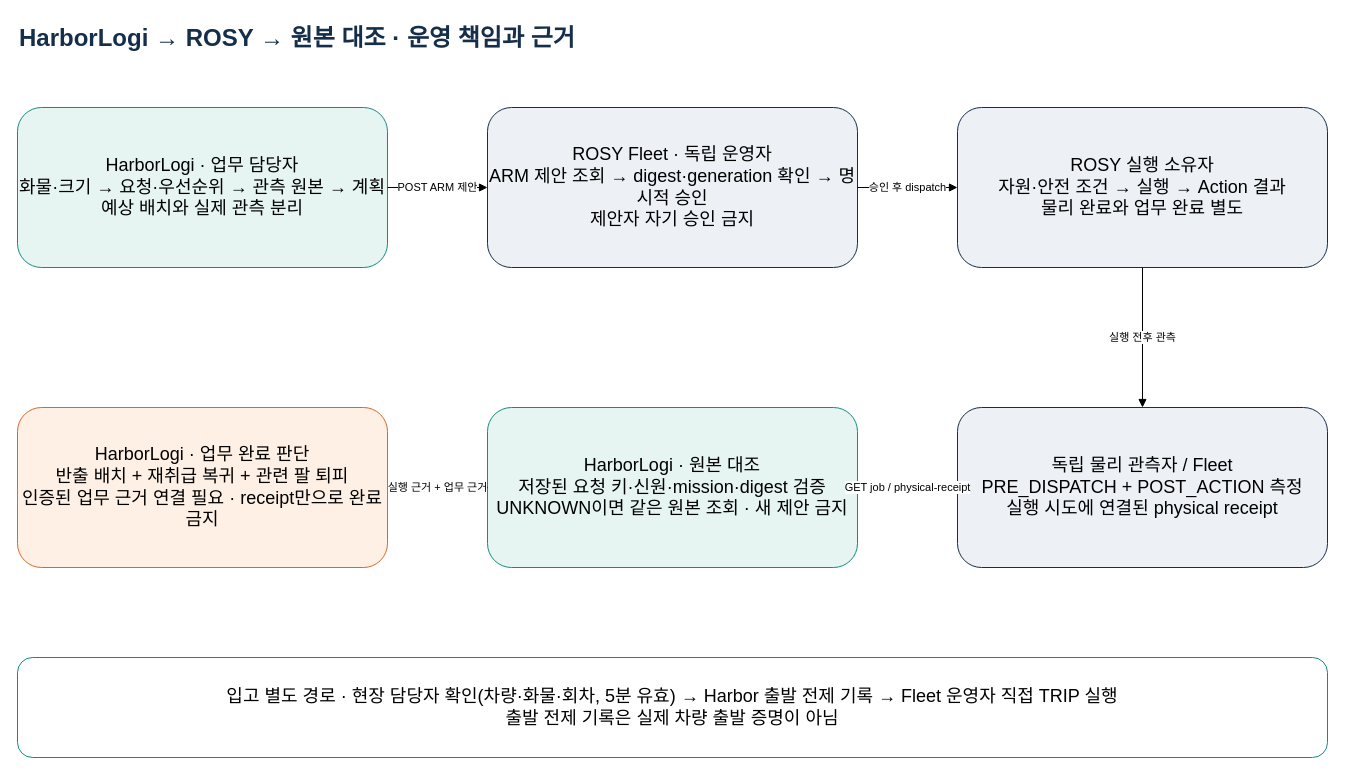
The draw.io diagram harborlogi/docs/design/harbor-rosy-pipeline.drawio in kernel-robot-8th/kernel-robot-repo-2, before the edit. Source tidied: cells renumbered, new cells numbered last; positions are measured from the earlier drawing's top-left corner, leaving out a move shared by most shapes. Both pictures are drawn from the tidied source at 100%, with x=0, y=0 at pixel (17, 17).
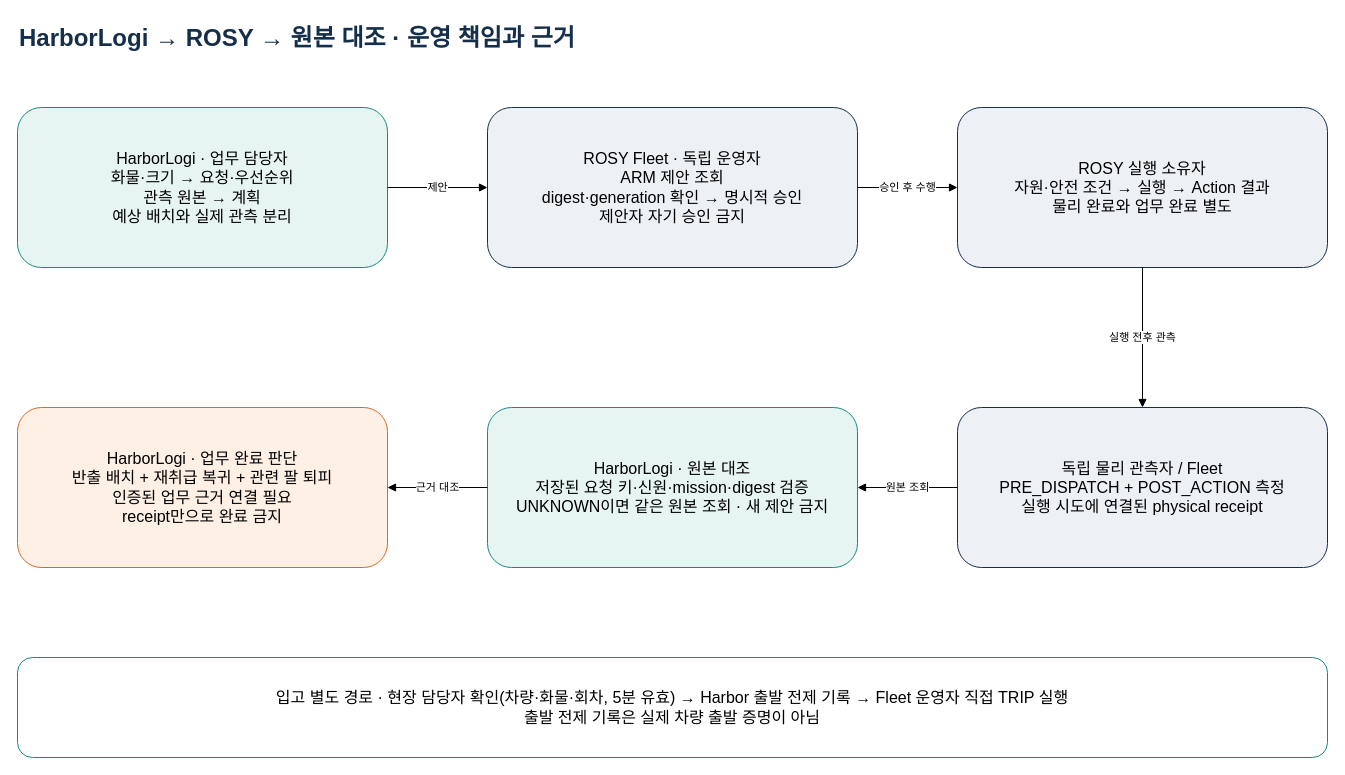
Above is the later version.

Commit message (it also covers changes not shown here):
docs: bind operator pipeline evidence to Harbor and Fleet revisions

What changed in the source:
```diff
@@
 <mxGraphModel>
   <root>
     <mxCell id="0" />
     <mxCell id="1" parent="0" />
     <mxCell id="2" value="HarborLogi → ROSY → 원본 대조 · 운영 책임과 근거" style="text;html=1;fontSize=24;fontColor=#152E49;fontStyle=1;align=left;" parent="1" vertex="1">
       <mxGeometry width="1300" height="50" as="geometry" />
     </mxCell>
-    <mxCell id="3" value="HarborLogi · 업무 담당자&#10;화물·크기 → 요청·우선순위 → 관측 원본 → 계획&#10;예상 배치와 실제 관측 분리" style="rounded=1;whiteSpace=wrap;fillColor=#E7F5F2;strokeColor=#168A81;fontSize=18;" parent="1" vertex="1">
+    <mxCell id="3" value="HarborLogi · 업무 담당자&#10;화물·크기 → 요청·우선순위&#10;관측 원본 → 계획&#10;예상 배치와 실제 관측 분리" style="rounded=1;whiteSpace=wrap;fillColor=#E7F5F2;strokeColor=#168A81;fontSize=16;spacing=12;" parent="1" vertex="1">
       <mxGeometry y="90" width="370" height="160" as="geometry" />
     </mxCell>
-    <mxCell id="4" value="ROSY Fleet · 독립 운영자&#10;ARM 제안 조회 → digest·generation 확인 → 명시적 승인&#10;제안자 자기 승인 금지" style="rounded=1;whiteSpace=wrap;fillColor=#EDF1F6;strokeColor=#152E49;fontSize=18;" parent="1" vertex="1">
+    <mxCell id="4" value="ROSY Fleet · 독립 운영자&#10;ARM 제안 조회&#10;digest·generation 확인 → 명시적 승인&#10;제안자 자기 승인 금지" style="rounded=1;whiteSpace=wrap;fillColor=#EDF1F6;strokeColor=#152E49;fontSize=16;spacing=12;" parent="1" vertex="1">
       <mxGeometry x="470" y="90" width="370" height="160" as="geometry" />
     </mxCell>
-    <mxCell id="5" value="ROSY 실행 소유자&#10;자원·안전 조건 → 실행 → Action 결과&#10;물리 완료와 업무 완료 별도" style="rounded=1;whiteSpace=wrap;fillColor=#EDF1F6;strokeColor=#152E49;fontSize=18;" parent="1" vertex="1">
+    <mxCell id="5" value="ROSY 실행 소유자&#10;자원·안전 조건 → 실행 → Action 결과&#10;물리 완료와 업무 완료 별도" style="rounded=1;whiteSpace=wrap;fillColor=#EDF1F6;strokeColor=#152E49;fontSize=16;spacing=12;" parent="1" vertex="1">
       <mxGeometry x="940" y="90" width="370" height="160" as="geometry" />
     </mxCell>
-    <mxCell id="6" value="독립 물리 관측자 / Fleet&#10;PRE_DISPATCH + POST_ACTION 측정&#10;실행 시도에 연결된 physical receipt" style="rounded=1;whiteSpace=wrap;fillColor=#EDF1F6;strokeColor=#152E49;fontSize=18;" parent="1" vertex="1">
+    <mxCell id="6" value="독립 물리 관측자 / Fleet&#10;PRE_DISPATCH + POST_ACTION 측정&#10;실행 시도에 연결된 physical receipt" style="rounded=1;whiteSpace=wrap;fillColor=#EDF1F6;strokeColor=#152E49;fontSize=16;spacing=12;" parent="1" vertex="1">
       <mxGeometry x="940" y="390" width="370" height="160" as="geometry" />
     </mxCell>
-    <mxCell id="7" value="HarborLogi · 원본 대조&#10;저장된 요청 키·신원·mission·digest 검증&#10;UNKNOWN이면 같은 원본 조회 · 새 제안 금지" style="rounded=1;whiteSpace=wrap;fillColor=#E7F5F2;strokeColor=#168A81;fontSize=18;" parent="1" vertex="1">
+    <mxCell id="7" value="HarborLogi · 원본 대조&#10;저장된 요청 키·신원·mission·digest 검증&#10;UNKNOWN이면 같은 원본 조회 · 새 제안 금지" style="rounded=1;whiteSpace=wrap;fillColor=#E7F5F2;strokeColor=#168A81;fontSize=16;spacing=12;" parent="1" vertex="1">
       <mxGeometry x="470" y="390" width="370" height="160" as="geometry" />
     </mxCell>
-    <mxCell id="8" value="HarborLogi · 업무 완료 판단&#10;반출 배치 + 재취급 복귀 + 관련 팔 퇴피&#10;인증된 업무 근거 연결 필요 · receipt만으로 완료 금지" style="rounded=1;whiteSpace=wrap;fillColor=#FFF0E5;strokeColor=#D66A26;fontSize=18;" parent="1" vertex="1">
+    <mxCell id="8" value="HarborLogi · 업무 완료 판단&#10;반출 배치 + 재취급 복귀 + 관련 팔 퇴피&#10;인증된 업무 근거 연결 필요&#10;receipt만으로 완료 금지" style="rounded=1;whiteSpace=wrap;fillColor=#FFF0E5;strokeColor=#D66A26;fontSize=16;spacing=12;" parent="1" vertex="1">
       <mxGeometry y="390" width="370" height="160" as="geometry" />
     </mxCell>
-    <mxCell id="9" value="입고 별도 경로 · 현장 담당자 확인(차량·화물·회차, 5분 유효) → Harbor 출발 전제 기록 → Fleet 운영자 직접 TRIP 실행&#10;출발 전제 기록은 실제 차량 출발 증명이 아님" style="rounded=1;whiteSpace=wrap;fillColor=#FFFFFF;strokeColor=#168A81;fontSize=18;" parent="1" vertex="1">
+    <mxCell id="9" value="입고 별도 경로 · 현장 담당자 확인(차량·화물·회차, 5분 유효) → Harbor 출발 전제 기록 → Fleet 운영자 직접 TRIP 실행&#10;출발 전제 기록은 실제 차량 출발 증명이 아님" style="rounded=1;whiteSpace=wrap;fillColor=#FFFFFF;strokeColor=#168A81;fontSize=16;spacing=12;" parent="1" vertex="1">
       <mxGeometry y="640" width="1310" height="100" as="geometry" />
     </mxCell>
-    <mxCell id="10" value="POST ARM 제안" style="edgeStyle=orthogonalEdgeStyle;endArrow=block;html=1;" parent="1" edge="1" source="3" target="4">
+    <mxCell id="10" value="제안" style="edgeStyle=orthogonalEdgeStyle;endArrow=block;html=1;" parent="1" edge="1" source="3" target="4">
       <mxGeometry relative="1" as="geometry" />
     </mxCell>
-    <mxCell id="11" value="승인 후 dispatch" style="edgeStyle=orthogonalEdgeStyle;endArrow=block;html=1;" parent="1" edge="1" source="4" target="5">
+    <mxCell id="11" value="승인 후 수행" style="edgeStyle=orthogonalEdgeStyle;endArrow=block;html=1;" parent="1" edge="1" source="4" target="5">
       <mxGeometry relative="1" as="geometry" />
     </mxCell>
     <mxCell id="12" value="실행 전후 관측" style="edgeStyle=orthogonalEdgeStyle;endArrow=block;html=1;" parent="1" edge="1" source="5" target="6">
       <mxGeometry relative="1" as="geometry" />
     </mxCell>
-    <mxCell id="13" value="GET job / physical-receipt" style="edgeStyle=orthogonalEdgeStyle;endArrow=block;html=1;" parent="1" edge="1" source="6" target="7">
+    <mxCell id="13" value="원본 조회" style="edgeStyle=orthogonalEdgeStyle;endArrow=block;html=1;" parent="1" edge="1" source="6" target="7">
       <mxGeometry relative="1" as="geometry" />
     </mxCell>
-    <mxCell id="14" value="실행 근거 + 업무 근거" style="edgeStyle=orthogonalEdgeStyle;endArrow=block;html=1;" parent="1" edge="1" source="7" target="8">
+    <mxCell id="14" value="근거 대조" style="edgeStyle=orthogonalEdgeStyle;endArrow=block;html=1;" parent="1" edge="1" source="7" target="8">
       <mxGeometry relative="1" as="geometry" />
     </mxCell>
   </root>
 </mxGraphModel>
```
